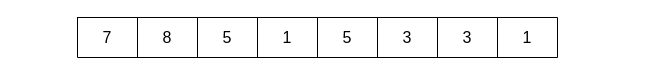
The draw.io diagram page "第 3 页" (3 of 6) of algorithm/算法.drawio in erlieStar/diagrams, before the edit. Source tidied: cells renumbered, new cells numbered last; positions are measured from the earlier drawing's top-left corner, leaving out a move shared by most shapes. Both pictures are drawn from the tidied source at 100%, with x=0, y=0 at pixel (77, 17).
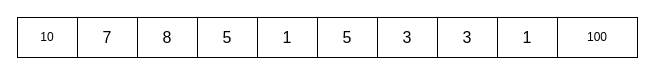
After the change.

What changed in the source:
```diff
@@
 <mxGraphModel>
   <root>
     <mxCell id="0" />
     <mxCell id="1" parent="0" />
     <mxCell id="2" style="shape=table;startSize=0;childLayout=tableLayout;fontSize=16;" parent="1" vertex="1">
       <mxGeometry width="480" height="40" as="geometry" />
     </mxCell>
     <mxCell id="3" style="shape=tableRow;horizontal=0;startSize=0;swimlaneHead=0;swimlaneBody=0;strokeColor=inherit;top=0;left=0;bottom=0;right=0;fillColor=none;fontSize=16;" parent="2" vertex="1">
       <mxGeometry width="480" height="40" as="geometry" />
     </mxCell>
     <mxCell id="4" value="7" style="shape=partialRectangle;html=1;whiteSpace=wrap;strokeColor=inherit;overflow=hidden;fillColor=none;top=0;left=0;bottom=0;right=0;fontSize=16;" parent="3" vertex="1">
       <mxGeometry width="60" height="40" as="geometry" />
     </mxCell>
     <mxCell id="5" value="8" style="shape=partialRectangle;html=1;whiteSpace=wrap;strokeColor=inherit;overflow=hidden;fillColor=none;top=0;left=0;bottom=0;right=0;fontSize=16;" parent="3" vertex="1">
       <mxGeometry x="60" width="60" height="40" as="geometry" />
     </mxCell>
     <mxCell id="6" value="5" style="shape=partialRectangle;html=1;whiteSpace=wrap;strokeColor=inherit;overflow=hidden;fillColor=none;top=0;left=0;bottom=0;right=0;fontSize=16;" parent="3" vertex="1">
       <mxGeometry x="120" width="60" height="40" as="geometry" />
     </mxCell>
     <mxCell id="7" value="1" style="shape=partialRectangle;html=1;whiteSpace=wrap;strokeColor=inherit;overflow=hidden;fillColor=none;top=0;left=0;bottom=0;right=0;fontSize=16;" parent="3" vertex="1">
       <mxGeometry x="180" width="60" height="40" as="geometry" />
     </mxCell>
     <mxCell id="8" value="5" style="shape=partialRectangle;html=1;whiteSpace=wrap;strokeColor=inherit;overflow=hidden;fillColor=none;top=0;left=0;bottom=0;right=0;fontSize=16;" parent="3" vertex="1">
       <mxGeometry x="240" width="60" height="40" as="geometry" />
     </mxCell>
     <mxCell id="9" value="3" style="shape=partialRectangle;html=1;whiteSpace=wrap;strokeColor=inherit;overflow=hidden;fillColor=none;top=0;left=0;bottom=0;right=0;fontSize=16;" parent="3" vertex="1">
       <mxGeometry x="300" width="60" height="40" as="geometry" />
     </mxCell>
     <mxCell id="10" value="3" style="shape=partialRectangle;html=1;whiteSpace=wrap;strokeColor=inherit;overflow=hidden;fillColor=none;top=0;left=0;bottom=0;right=0;fontSize=16;" parent="3" vertex="1">
       <mxGeometry x="360" width="60" height="40" as="geometry" />
     </mxCell>
     <mxCell id="11" value="1" style="shape=partialRectangle;html=1;whiteSpace=wrap;strokeColor=inherit;overflow=hidden;fillColor=none;top=0;left=0;bottom=0;right=0;fontSize=16;" parent="3" vertex="1">
       <mxGeometry x="420" width="60" height="40" as="geometry" />
     </mxCell>
+    <mxCell id="12" value="100" style="rounded=0;whiteSpace=wrap;html=1;" parent="1" vertex="1">
+      <mxGeometry x="480" width="80" height="40" as="geometry" />
+    </mxCell>
+    <mxCell id="13" value="10" style="rounded=0;whiteSpace=wrap;html=1;" parent="1" vertex="1">
+      <mxGeometry x="-60" width="60" height="40" as="geometry" />
+    </mxCell>
   </root>
 </mxGraphModel>
```
